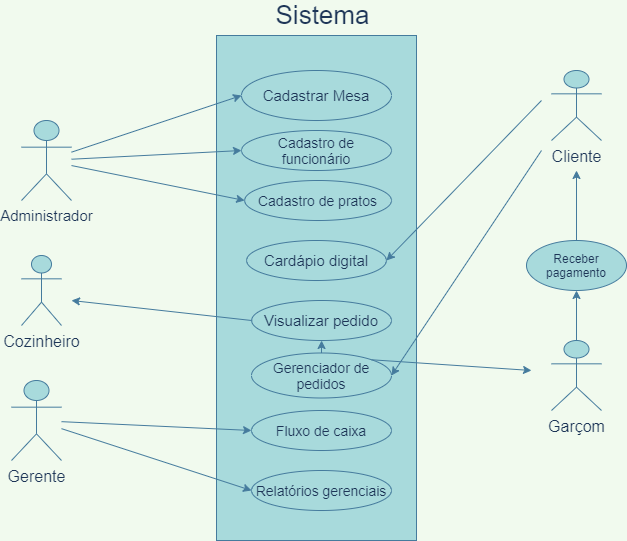
This is restaurante.drawio.png from hinname/project-Restaurant, a draw.io export, as it was before one commit. Source tidied: cells renumbered, new cells last; positions are measured from the earlier drawing's top-left corner, leaving out a move shared by most shapes.
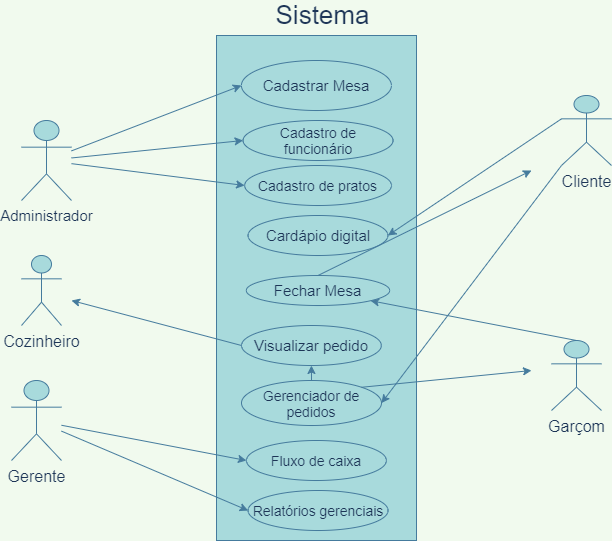
Above is the later version.

Change to the diagram source:
```diff
@@ -9,13 +9,13 @@
       <mxGeometry x="205" y="35" width="200" height="505" as="geometry" />
     </mxCell>
     <mxCell id="4" value="&lt;font style=&quot;font-size: 15px&quot;&gt;Cadastrar Mesa&lt;/font&gt;" style="ellipse;whiteSpace=wrap;html=1;fillColor=#A8DADC;strokeColor=#457B9D;fontColor=#1D3557;" parent="1" vertex="1">
-      <mxGeometry x="230" y="70" width="150" height="50" as="geometry" />
+      <mxGeometry x="229.9" y="60" width="150" height="50" as="geometry" />
     </mxCell>
     <mxCell id="5" style="endArrow=classic;html=1;entryX=0;entryY=0.5;entryDx=0;entryDy=0;strokeColor=#457B9D;fontColor=#1D3557;labelBackgroundColor=#F1FAEE;" parent="1" edge="1" source="2" target="4">
       <mxGeometry relative="1" as="geometry" />
     </mxCell>
     <mxCell id="6" value="&lt;font style=&quot;font-size: 16px&quot;&gt;Cliente&lt;/font&gt;" style="shape=umlActor;verticalLabelPosition=bottom;verticalAlign=top;html=1;outlineConnect=0;fillColor=#A8DADC;strokeColor=#457B9D;fontColor=#1D3557;" parent="1" vertex="1">
-      <mxGeometry x="540" y="70" width="50" height="70" as="geometry" />
+      <mxGeometry x="550" y="95" width="50" height="70" as="geometry" />
     </mxCell>
     <mxCell id="7" value="&lt;font style=&quot;font-size: 16px&quot;&gt;Garçom&lt;/font&gt;" style="shape=umlActor;verticalLabelPosition=bottom;verticalAlign=top;html=1;outlineConnect=0;fillColor=#A8DADC;strokeColor=#457B9D;fontColor=#1D3557;" parent="1" vertex="1">
       <mxGeometry x="540" y="340" width="50" height="70" as="geometry" />
@@ -24,7 +24,7 @@
       <mxGeometry x="258.8" width="105" height="30" as="geometry" />
     </mxCell>
     <mxCell id="9" value="&lt;font style=&quot;font-size: 14px&quot;&gt;Cadastro de funcionário&lt;/font&gt;" style="ellipse;whiteSpace=wrap;html=1;fillColor=#A8DADC;strokeColor=#457B9D;fontColor=#1D3557;" parent="1" vertex="1">
-      <mxGeometry x="230" y="130" width="150" height="40" as="geometry" />
+      <mxGeometry x="231.6" y="120" width="150" height="40" as="geometry" />
     </mxCell>
     <mxCell id="10" value="&lt;font style=&quot;font-size: 16px&quot;&gt;Gerente&lt;/font&gt;" style="shape=umlActor;verticalLabelPosition=bottom;verticalAlign=top;html=1;outlineConnect=0;fillColor=#A8DADC;strokeColor=#457B9D;fontColor=#1D3557;" parent="1" vertex="1">
       <mxGeometry y="380" width="50" height="80" as="geometry" />
@@ -33,21 +33,19 @@
       <mxGeometry relative="1" as="geometry" />
     </mxCell>
     <mxCell id="12" value="&lt;font style=&quot;font-size: 14px&quot;&gt;Cadastro de pratos&lt;/font&gt;" style="ellipse;whiteSpace=wrap;html=1;fillColor=#A8DADC;strokeColor=#457B9D;fontColor=#1D3557;" parent="1" vertex="1">
-      <mxGeometry x="233.1" y="180" width="146.9" height="40" as="geometry" />
+      <mxGeometry x="233.1" y="165" width="146.9" height="40" as="geometry" />
     </mxCell>
     <mxCell id="13" style="endArrow=classic;html=1;entryX=0;entryY=0.5;entryDx=0;entryDy=0;strokeColor=#457B9D;fontColor=#1D3557;labelBackgroundColor=#F1FAEE;" parent="1" edge="1" source="2" target="12">
       <mxGeometry relative="1" as="geometry" />
     </mxCell>
     <mxCell id="14" value="&lt;font style=&quot;font-size: 15px&quot;&gt;Cardápio digital&lt;/font&gt;" style="ellipse;whiteSpace=wrap;html=1;fillColor=#A8DADC;strokeColor=#457B9D;fontColor=#1D3557;" parent="1" vertex="1">
-      <mxGeometry x="235.1" y="240" width="139.8" height="40" as="geometry" />
+      <mxGeometry x="236.6" y="215" width="139.8" height="40" as="geometry" />
     </mxCell>
-    <mxCell id="15" style="endArrow=classic;html=1;entryX=1;entryY=0.5;entryDx=0;entryDy=0;strokeColor=#457B9D;fontColor=#1D3557;labelBackgroundColor=#F1FAEE;" parent="1" edge="1" target="14">
-      <mxGeometry relative="1" as="geometry">
-        <mxPoint x="530" y="100" as="sourcePoint" />
-      </mxGeometry>
+    <mxCell id="15" style="endArrow=classic;html=1;entryX=1;entryY=0.5;entryDx=0;entryDy=0;strokeColor=#457B9D;fontColor=#1D3557;labelBackgroundColor=#F1FAEE;exitX=0;exitY=0.3333333333333333;exitDx=0;exitDy=0;exitPerimeter=0;" parent="1" edge="1" source="6" target="14">
+      <mxGeometry relative="1" as="geometry" />
     </mxCell>
     <mxCell id="16" value="&lt;font style=&quot;font-size: 15px&quot;&gt;Visualizar pedido&lt;/font&gt;" style="ellipse;whiteSpace=wrap;html=1;fillColor=#A8DADC;strokeColor=#457B9D;fontColor=#1D3557;" parent="1" vertex="1">
-      <mxGeometry x="240.1" y="300" width="139.8" height="40" as="geometry" />
+      <mxGeometry x="230" y="325" width="139.8" height="40" as="geometry" />
     </mxCell>
     <mxCell id="17" value="&lt;font style=&quot;font-size: 16px&quot;&gt;Cozinheiro&lt;/font&gt;" style="shape=umlActor;verticalLabelPosition=bottom;verticalAlign=top;html=1;fillColor=#A8DADC;strokeColor=#457B9D;fontColor=#1D3557;" parent="1" vertex="1">
       <mxGeometry x="10" y="255" width="40" height="70" as="geometry" />
@@ -58,12 +56,10 @@
       </mxGeometry>
     </mxCell>
     <mxCell id="19" value="&lt;font style=&quot;font-size: 14px&quot;&gt;Gerenciador de pedidos&lt;/font&gt;" style="ellipse;whiteSpace=wrap;html=1;fillColor=#A8DADC;strokeColor=#457B9D;fontColor=#1D3557;" parent="1" vertex="1">
-      <mxGeometry x="240" y="352.5" width="140" height="45" as="geometry" />
+      <mxGeometry x="230" y="380" width="140" height="45" as="geometry" />
     </mxCell>
-    <mxCell id="20" style="endArrow=classic;html=1;entryX=1;entryY=0.5;entryDx=0;entryDy=0;strokeColor=#457B9D;fontColor=#1D3557;labelBackgroundColor=#F1FAEE;" parent="1" edge="1" target="19">
-      <mxGeometry relative="1" as="geometry">
-        <mxPoint x="530" y="150" as="sourcePoint" />
-      </mxGeometry>
+    <mxCell id="20" style="endArrow=classic;html=1;entryX=1;entryY=0.5;entryDx=0;entryDy=0;strokeColor=#457B9D;fontColor=#1D3557;labelBackgroundColor=#F1FAEE;exitX=0;exitY=1;exitDx=0;exitDy=0;exitPerimeter=0;" parent="1" edge="1" source="6" target="19">
+      <mxGeometry relative="1" as="geometry" />
     </mxCell>
     <mxCell id="21" style="endArrow=classic;html=1;exitX=1;exitY=0;exitDx=0;exitDy=0;strokeColor=#457B9D;fontColor=#1D3557;labelBackgroundColor=#F1FAEE;" parent="1" edge="1" source="19">
       <mxGeometry relative="1" as="geometry">
@@ -73,19 +69,19 @@
     <mxCell id="22" style="endArrow=classic;html=1;exitX=0.5;exitY=0;exitDx=0;exitDy=0;exitPerimeter=0;strokeColor=#457B9D;fontColor=#1D3557;labelBackgroundColor=#F1FAEE;" parent="1" edge="1" source="7" target="23">
       <mxGeometry relative="1" as="geometry" />
     </mxCell>
-    <mxCell id="23" value="Receber pagamento" style="ellipse;whiteSpace=wrap;html=1;fillColor=#A8DADC;strokeColor=#457B9D;fontColor=#1D3557;" parent="1" vertex="1">
-      <mxGeometry x="515" y="240" width="100" height="50" as="geometry" />
+    <mxCell id="23" value="&lt;font style=&quot;font-size: 15px&quot;&gt;Fechar Mesa&lt;/font&gt;" style="ellipse;whiteSpace=wrap;html=1;fillColor=#A8DADC;strokeColor=#457B9D;fontColor=#1D3557;" parent="1" vertex="1">
+      <mxGeometry x="234.8" y="275" width="143.4" height="30" as="geometry" />
     </mxCell>
     <mxCell id="24" style="endArrow=classic;html=1;exitX=0.5;exitY=0;exitDx=0;exitDy=0;strokeColor=#457B9D;fontColor=#1D3557;labelBackgroundColor=#F1FAEE;" parent="1" edge="1" source="23">
       <mxGeometry relative="1" as="geometry">
-        <mxPoint x="565" y="170" as="targetPoint" />
+        <mxPoint x="520" y="170" as="targetPoint" />
       </mxGeometry>
     </mxCell>
     <mxCell id="25" value="&lt;font style=&quot;font-size: 14px&quot;&gt;Fluxo de caixa&lt;/font&gt;" style="ellipse;whiteSpace=wrap;html=1;fillColor=#A8DADC;strokeColor=#457B9D;fontColor=#1D3557;" parent="1" vertex="1">
-      <mxGeometry x="240" y="410" width="140" height="40" as="geometry" />
+      <mxGeometry x="234.9" y="440" width="140" height="40" as="geometry" />
     </mxCell>
     <mxCell id="26" value="&lt;font style=&quot;font-size: 14px&quot;&gt;Relatórios gerenciais&lt;/font&gt;" style="ellipse;whiteSpace=wrap;html=1;fillColor=#A8DADC;strokeColor=#457B9D;fontColor=#1D3557;" parent="1" vertex="1">
-      <mxGeometry x="240" y="470" width="140" height="40" as="geometry" />
+      <mxGeometry x="236.6" y="490" width="140" height="40" as="geometry" />
     </mxCell>
     <mxCell id="27" style="endArrow=classic;html=1;entryX=0;entryY=0.5;entryDx=0;entryDy=0;strokeColor=#457B9D;fontColor=#1D3557;labelBackgroundColor=#F1FAEE;" parent="1" edge="1" source="10" target="25">
       <mxGeometry relative="1" as="geometry" />
```
